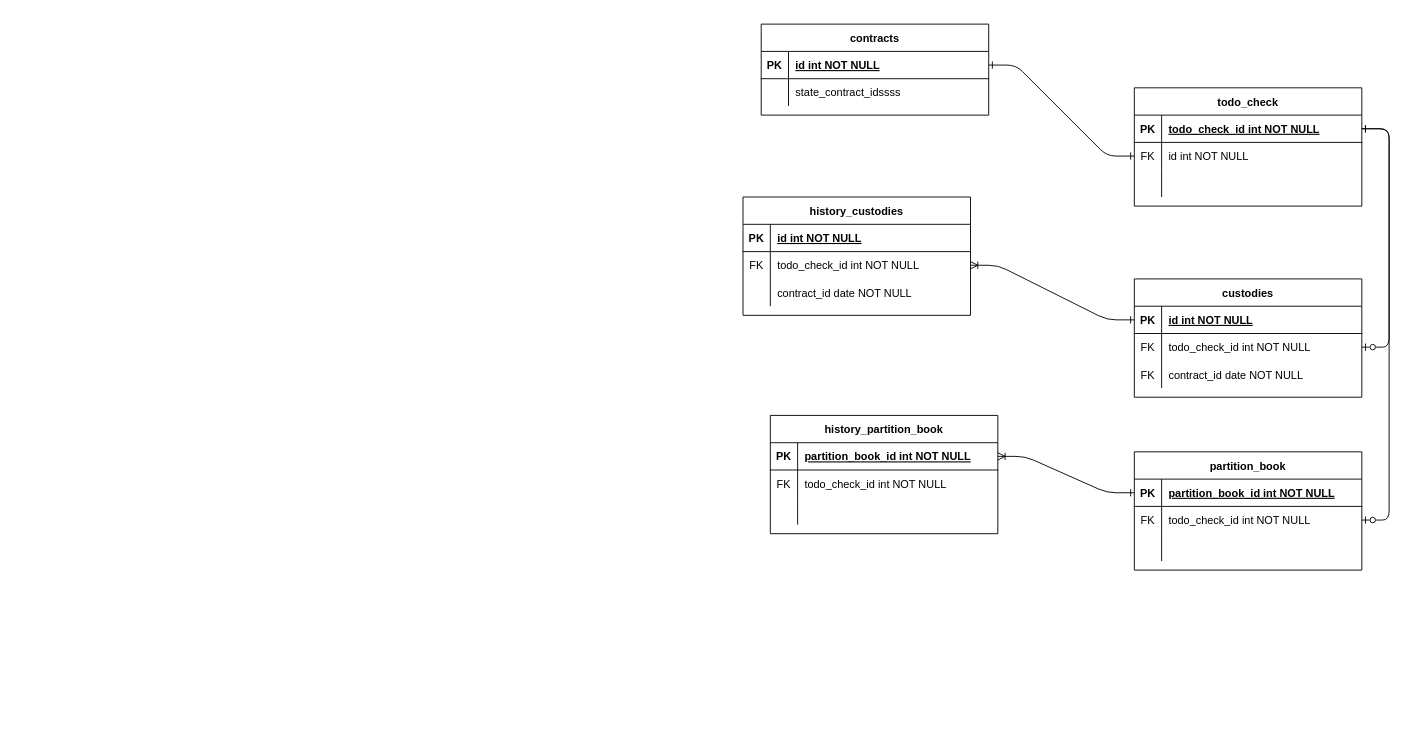
Before: 名称未設定ファイル.drawio in MASAKi-cell/next-python-web-platfor, a draw.io diagram. Source tidied: cells renumbered, new cells numbered last; positions are measured from the earlier drawing's top-left corner, leaving out a move shared by most shapes. Both pictures are drawn from the tidied source at 91%, with x=0, y=0 at pixel (743, 24).
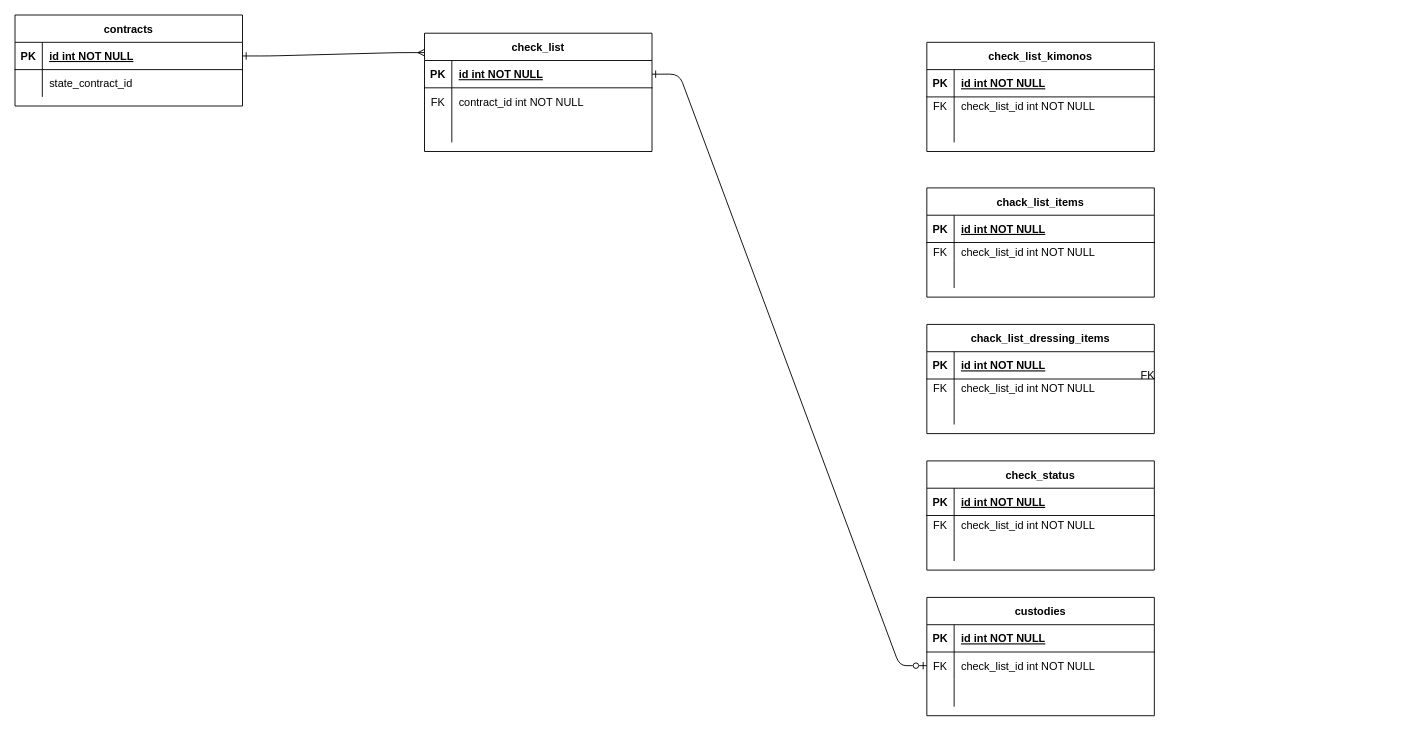
The same page after the edit.

Commit message (it also covers changes not shown here):
名称未設定ファイル.drawio を更新します

The change refers to these unchanged cells:
```xml
<mxCell id="5" style="shape=partialRectangle;fillColor=none;points=[[0,0.5],[1,0.5]];portConstraint=eastwest;top=0;left=0;right=0;bottom=1;" parent="4" vertex="1">
  <mxGeometry y="30" width="250" height="30" as="geometry" />
</mxCell>
<mxCell id="8" style="shape=partialRectangle;fillColor=none;points=[[0,0.5],[1,0.5]];portConstraint=eastwest;top=0;left=0;right=0;bottom=0;" parent="4" vertex="1">
  <mxGeometry y="60" width="250" height="30" as="geometry" />
</mxCell>
<mxCell id="15" style="shape=partialRectangle;fillColor=none;points=[[0,0.5],[1,0.5]];portConstraint=eastwest;top=0;left=0;right=0;bottom=1;" parent="14" vertex="1">
  <mxGeometry y="30" width="250" height="30" as="geometry" />
</mxCell>
<mxCell id="18" style="shape=partialRectangle;fillColor=none;points=[[0,0.5],[1,0.5]];portConstraint=eastwest;top=0;left=0;right=0;bottom=0;" parent="14" vertex="1">
  <mxGeometry y="60" width="250" height="30" as="geometry" />
</mxCell>
<mxCell id="21" style="shape=partialRectangle;fillColor=none;top=0;left=0;right=0;bottom=0;" parent="14" vertex="1">
  <mxGeometry y="90" width="250" height="30" as="geometry" />
</mxCell>
<mxCell id="25" style="shape=partialRectangle;fillColor=none;points=[[0,0.5],[1,0.5]];portConstraint=eastwest;top=0;left=0;right=0;bottom=1;" parent="24" vertex="1">
  <mxGeometry y="30" width="250" height="30" as="geometry" />
</mxCell>
<mxCell id="28" style="shape=partialRectangle;fillColor=none;top=0;left=0;right=0;bottom=0;" parent="24" vertex="1">
  <mxGeometry y="60" width="250" height="30" as="geometry" />
</mxCell>
```

The edit, as a diff of the source:
```diff
@@
-    <mxCell id="2" style="edgeStyle=entityRelationEdgeStyle;endArrow=ERone;startArrow=ERone;endFill=0;startFill=0;" parent="1" edge="1" source="25" target="8">
+    <mxCell id="2" style="edgeStyle=entityRelationEdgeStyle;endArrow=ERmany;startArrow=ERone;endFill=0;startFill=0;entryX=0.003;entryY=0.164;entryDx=0;entryDy=0;entryPerimeter=0;" parent="1" edge="1" source="25" target="4">
       <mxGeometry relative="1" as="geometry" />
     </mxCell>
@@
-    <mxCell id="4" value="todo_check" style="shape=table;startSize=30;childLayout=tableLayout;rowLines=0;fontStyle=1;align=center;" parent="1" vertex="1">
-      <mxGeometry x="430" y="70" width="250" height="130" as="geometry" />
+    <mxCell id="4" value="check_list" style="shape=table;startSize=30;childLayout=tableLayout;rowLines=0;fontStyle=1;align=center;" parent="1" vertex="1">
+      <mxGeometry x="-350" y="10" width="250" height="130" as="geometry" />
     </mxCell>
@@
-    <mxCell id="7" value="todo_check_id int NOT NULL " style="shape=partialRectangle;overflow=hidden;fillColor=none;top=0;left=0;bottom=0;right=0;align=left;spacingLeft=6;fontStyle=5;" parent="5" vertex="1">
+    <mxCell id="7" value="id int NOT NULL " style="shape=partialRectangle;overflow=hidden;fillColor=none;top=0;left=0;bottom=0;right=0;align=left;spacingLeft=6;fontStyle=5;" parent="5" vertex="1">
       <mxGeometry x="30" width="220" height="30" as="geometry" />
     </mxCell>
@@
-    <mxCell id="10" value="id int NOT NULL" style="shape=partialRectangle;overflow=hidden;fillColor=none;top=0;left=0;bottom=0;right=0;align=left;spacingLeft=6;" parent="8" vertex="1">
+    <mxCell id="10" value="contract_id int NOT NULL" style="shape=partialRectangle;overflow=hidden;fillColor=none;top=0;left=0;bottom=0;right=0;align=left;spacingLeft=6;" parent="8" vertex="1">
       <mxGeometry x="30" width="220" height="30" as="geometry" />
     </mxCell>
@@
     <mxCell id="14" value="custodies" style="shape=table;startSize=30;childLayout=tableLayout;rowLines=0;fontStyle=1;align=center;" parent="1" vertex="1">
-      <mxGeometry x="430" y="280" width="250" height="130" as="geometry" />
+      <mxGeometry x="202" y="630" width="250" height="130" as="geometry" />
     </mxCell>
@@
-    <mxCell id="20" value="todo_check_id int NOT NULL" style="shape=partialRectangle;overflow=hidden;fillColor=none;top=0;left=0;bottom=0;right=0;align=left;spacingLeft=6;" parent="18" vertex="1">
+    <mxCell id="20" value="check_list_id int NOT NULL" style="shape=partialRectangle;overflow=hidden;fillColor=none;top=0;left=0;bottom=0;right=0;align=left;spacingLeft=6;" parent="18" vertex="1">
       <mxGeometry x="30" width="220" height="30" as="geometry" />
     </mxCell>
@@
-    <mxCell id="23" value="contract_id date NOT NULL" style="shape=partialRectangle;overflow=hidden;fillColor=none;top=0;left=0;bottom=0;right=0;align=left;spacingLeft=6;" parent="21" vertex="1">
+    <mxCell id="23" style="shape=partialRectangle;overflow=hidden;fillColor=none;top=0;left=0;bottom=0;right=0;align=left;spacingLeft=6;" parent="21" vertex="1">
       <mxGeometry x="30" width="220" height="30" as="geometry" />
     </mxCell>
     <mxCell id="24" value="contracts" style="shape=table;startSize=30;childLayout=tableLayout;rowLines=0;fontStyle=1;align=center;" parent="1" vertex="1">
-      <mxGeometry x="20" width="250" height="100" as="geometry" />
+      <mxGeometry x="-800" y="-10" width="250" height="100" as="geometry" />
     </mxCell>
@@
-    <mxCell id="30" value="state_contract_idssss" style="shape=partialRectangle;overflow=hidden;fillColor=none;top=0;left=0;bottom=0;right=0;align=left;spacingLeft=6;" parent="28" vertex="1">
+    <mxCell id="30" value="state_contract_id" style="shape=partialRectangle;overflow=hidden;fillColor=none;top=0;left=0;bottom=0;right=0;align=left;spacingLeft=6;" parent="28" vertex="1">
       <mxGeometry x="30" width="220" height="30" as="geometry" />
     </mxCell>
-    <mxCell id="31" value="partition_book" style="shape=table;startSize=30;childLayout=tableLayout;rowLines=0;fontStyle=1;align=center;" parent="1" vertex="1">
-      <mxGeometry x="430" y="470" width="250" height="130" as="geometry" />
-    </mxCell>
-    <mxCell id="32" style="shape=partialRectangle;fillColor=none;points=[[0,0.5],[1,0.5]];portConstraint=eastwest;top=0;left=0;right=0;bottom=1;" parent="31" vertex="1">
-      <mxGeometry y="30" width="250" height="30" as="geometry" />
-    </mxCell>
-    <mxCell id="33" value="PK" style="shape=partialRectangle;overflow=hidden;fillColor=none;top=0;left=0;bottom=0;right=0;fontStyle=1;" parent="32" vertex="1">
-      <mxGeometry width="30" height="30" as="geometry" />
-    </mxCell>
-    <mxCell id="34" value="partition_book_id int NOT NULL " style="shape=partialRectangle;overflow=hidden;fillColor=none;top=0;left=0;bottom=0;right=0;align=left;spacingLeft=6;fontStyle=5;" parent="32" vertex="1">
-      <mxGeometry x="30" width="220" height="30" as="geometry" />
-    </mxCell>
-    <mxCell id="35" style="shape=partialRectangle;fillColor=none;points=[[0,0.5],[1,0.5]];portConstraint=eastwest;top=0;left=0;right=0;bottom=0;" parent="31" vertex="1">
-      <mxGeometry y="60" width="250" height="30" as="geometry" />
-    </mxCell>
-    <mxCell id="36" value="FK" style="shape=partialRectangle;overflow=hidden;fillColor=none;top=0;left=0;bottom=0;right=0;" parent="35" vertex="1">
-      <mxGeometry width="30" height="30" as="geometry" />
-    </mxCell>
-    <mxCell id="37" value="todo_check_id int NOT NULL" style="shape=partialRectangle;overflow=hidden;fillColor=none;top=0;left=0;bottom=0;right=0;align=left;spacingLeft=6;" parent="35" vertex="1">
-      <mxGeometry x="30" width="220" height="30" as="geometry" />
-    </mxCell>
-    <mxCell id="38" style="shape=partialRectangle;fillColor=none;top=0;left=0;right=0;bottom=0;" parent="31" vertex="1">
-      <mxGeometry y="90" width="250" height="30" as="geometry" />
-    </mxCell>
-    <mxCell id="39" style="shape=partialRectangle;overflow=hidden;fillColor=none;top=0;left=0;bottom=0;right=0;" parent="38" vertex="1">
-      <mxGeometry width="30" height="30" as="geometry" />
-    </mxCell>
-    <mxCell id="40" style="shape=partialRectangle;overflow=hidden;fillColor=none;top=0;left=0;bottom=0;right=0;align=left;spacingLeft=6;" parent="38" vertex="1">
-      <mxGeometry x="30" width="220" height="30" as="geometry" />
-    </mxCell>
-    <mxCell id="41" style="edgeStyle=entityRelationEdgeStyle;endArrow=ERzeroToOne;startArrow=ERone;endFill=0;startFill=0;entryX=1;entryY=0.5;entryDx=0;entryDy=0;exitX=1;exitY=0.5;exitDx=0;exitDy=0;" parent="1" edge="1" source="5" target="35">
-      <mxGeometry relative="1" as="geometry" />
-    </mxCell>
@@
-    <mxCell id="43" value="history_custodies" style="shape=table;startSize=30;childLayout=tableLayout;rowLines=0;fontStyle=1;align=center;" parent="1" vertex="1">
-      <mxGeometry y="190" width="250" height="130" as="geometry" />
-    </mxCell>
-    <mxCell id="44" style="shape=partialRectangle;fillColor=none;top=0;left=0;right=0;bottom=1;" parent="43" vertex="1">
-      <mxGeometry y="30" width="250" height="30" as="geometry" />
-    </mxCell>
-    <mxCell id="45" value="PK" style="shape=partialRectangle;overflow=hidden;fillColor=none;top=0;left=0;bottom=0;right=0;fontStyle=1;" parent="44" vertex="1">
-      <mxGeometry width="30" height="30" as="geometry" />
-    </mxCell>
-    <mxCell id="46" value="id int NOT NULL " style="shape=partialRectangle;overflow=hidden;fillColor=none;top=0;left=0;bottom=0;right=0;align=left;spacingLeft=6;fontStyle=5;" parent="44" vertex="1">
-      <mxGeometry x="30" width="220" height="30" as="geometry" />
-    </mxCell>
-    <mxCell id="47" style="shape=partialRectangle;fillColor=none;points=[[0,0.5],[1,0.5]];portConstraint=eastwest;top=0;left=0;right=0;bottom=0;" parent="43" vertex="1">
-      <mxGeometry y="60" width="250" height="30" as="geometry" />
-    </mxCell>
-    <mxCell id="48" value="FK" style="shape=partialRectangle;overflow=hidden;fillColor=none;top=0;left=0;bottom=0;right=0;" parent="47" vertex="1">
-      <mxGeometry width="30" height="30" as="geometry" />
-    </mxCell>
-    <mxCell id="49" value="todo_check_id int NOT NULL" style="shape=partialRectangle;overflow=hidden;fillColor=none;top=0;left=0;bottom=0;right=0;align=left;spacingLeft=6;" parent="47" vertex="1">
-      <mxGeometry x="30" width="220" height="30" as="geometry" />
-    </mxCell>
-    <mxCell id="50" style="shape=partialRectangle;fillColor=none;top=0;left=0;right=0;bottom=0;" parent="43" vertex="1">
-      <mxGeometry y="90" width="250" height="30" as="geometry" />
-    </mxCell>
-    <mxCell id="51" style="shape=partialRectangle;overflow=hidden;fillColor=none;top=0;left=0;bottom=0;right=0;" parent="50" vertex="1">
-      <mxGeometry width="30" height="30" as="geometry" />
-    </mxCell>
-    <mxCell id="52" value="contract_id date NOT NULL" style="shape=partialRectangle;overflow=hidden;fillColor=none;top=0;left=0;bottom=0;right=0;align=left;spacingLeft=6;" parent="50" vertex="1">
-      <mxGeometry x="30" width="220" height="30" as="geometry" />
-    </mxCell>
-    <mxCell id="53" value="history_partition_book" style="shape=table;startSize=30;childLayout=tableLayout;rowLines=0;fontStyle=1;align=center;" parent="1" vertex="1">
-      <mxGeometry x="30" y="430" width="250" height="130" as="geometry" />
-    </mxCell>
-    <mxCell id="54" style="shape=partialRectangle;fillColor=none;points=[[0,0.5],[1,0.5]];portConstraint=eastwest;top=0;left=0;right=0;bottom=1;" parent="53" vertex="1">
-      <mxGeometry y="30" width="250" height="30" as="geometry" />
-    </mxCell>
-    <mxCell id="55" value="PK" style="shape=partialRectangle;overflow=hidden;fillColor=none;top=0;left=0;bottom=0;right=0;fontStyle=1;" parent="54" vertex="1">
-      <mxGeometry width="30" height="30" as="geometry" />
-    </mxCell>
-    <mxCell id="56" value="partition_book_id int NOT NULL " style="shape=partialRectangle;overflow=hidden;fillColor=none;top=0;left=0;bottom=0;right=0;align=left;spacingLeft=6;fontStyle=5;" parent="54" vertex="1">
-      <mxGeometry x="30" width="220" height="30" as="geometry" />
-    </mxCell>
-    <mxCell id="57" style="shape=partialRectangle;fillColor=none;top=0;left=0;right=0;bottom=0;" parent="53" vertex="1">
-      <mxGeometry y="60" width="250" height="30" as="geometry" />
-    </mxCell>
-    <mxCell id="58" value="FK" style="shape=partialRectangle;overflow=hidden;fillColor=none;top=0;left=0;bottom=0;right=0;" parent="57" vertex="1">
-      <mxGeometry width="30" height="30" as="geometry" />
-    </mxCell>
-    <mxCell id="59" value="todo_check_id int NOT NULL" style="shape=partialRectangle;overflow=hidden;fillColor=none;top=0;left=0;bottom=0;right=0;align=left;spacingLeft=6;" parent="57" vertex="1">
-      <mxGeometry x="30" width="220" height="30" as="geometry" />
-    </mxCell>
-    <mxCell id="60" style="shape=partialRectangle;fillColor=none;top=0;left=0;right=0;bottom=0;" parent="53" vertex="1">
-      <mxGeometry y="90" width="250" height="30" as="geometry" />
-    </mxCell>
-    <mxCell id="61" style="shape=partialRectangle;overflow=hidden;fillColor=none;top=0;left=0;bottom=0;right=0;" parent="60" vertex="1">
-      <mxGeometry width="30" height="30" as="geometry" />
-    </mxCell>
-    <mxCell id="62" style="shape=partialRectangle;overflow=hidden;fillColor=none;top=0;left=0;bottom=0;right=0;align=left;spacingLeft=6;" parent="60" vertex="1">
-      <mxGeometry x="30" width="220" height="30" as="geometry" />
-    </mxCell>
-    <mxCell id="63" style="edgeStyle=entityRelationEdgeStyle;endArrow=ERoneToMany;startArrow=ERone;endFill=0;startFill=0;exitX=0;exitY=0.5;exitDx=0;exitDy=0;" parent="1" edge="1" source="15" target="47">
-      <mxGeometry relative="1" as="geometry">
-        <Array as="points">
-          <mxPoint x="420" y="330" />
-        </Array>
-      </mxGeometry>
-    </mxCell>
-    <mxCell id="64" style="edgeStyle=entityRelationEdgeStyle;endArrow=ERoneToMany;startArrow=ERone;endFill=0;startFill=0;exitX=0;exitY=0.5;exitDx=0;exitDy=0;entryX=1;entryY=0.5;entryDx=0;entryDy=0;" parent="1" edge="1" source="32" target="54">
-      <mxGeometry relative="1" as="geometry">
-        <Array as="points">
-          <mxPoint x="430" y="340" />
-        </Array>
-      </mxGeometry>
-    </mxCell>
+    <mxCell id="65" value="check_list_kimonos" style="shape=table;startSize=30;childLayout=tableLayout;rowLines=0;fontStyle=1;align=center;" parent="1" vertex="1">
+      <mxGeometry x="202" y="20" width="250" height="120" as="geometry" />
+    </mxCell>
+    <mxCell id="66" style="shape=partialRectangle;fillColor=none;top=0;left=0;right=0;bottom=1;" parent="65" vertex="1">
+      <mxGeometry y="30" width="250" height="30" as="geometry" />
+    </mxCell>
+    <mxCell id="67" value="PK" style="shape=partialRectangle;overflow=hidden;fillColor=none;top=0;left=0;bottom=0;right=0;fontStyle=1;" parent="66" vertex="1">
+      <mxGeometry width="30" height="30" as="geometry" />
+    </mxCell>
+    <mxCell id="68" value="id int NOT NULL " style="shape=partialRectangle;overflow=hidden;fillColor=none;top=0;left=0;bottom=0;right=0;align=left;spacingLeft=6;fontStyle=5;" parent="66" vertex="1">
+      <mxGeometry x="30" width="220" height="30" as="geometry" />
+    </mxCell>
+    <mxCell id="69" style="shape=partialRectangle;fillColor=none;top=0;left=0;right=0;bottom=0;" parent="65" vertex="1">
+      <mxGeometry y="60" width="250" height="20" as="geometry" />
+    </mxCell>
+    <mxCell id="70" value="FK" style="shape=partialRectangle;overflow=hidden;fillColor=none;top=0;left=0;bottom=0;right=0;" parent="69" vertex="1">
+      <mxGeometry width="30" height="20" as="geometry" />
+    </mxCell>
+    <mxCell id="71" value="check_list_id int NOT NULL" style="shape=partialRectangle;overflow=hidden;fillColor=none;top=0;left=0;bottom=0;right=0;align=left;spacingLeft=6;" parent="69" vertex="1">
+      <mxGeometry x="30" width="220" height="20" as="geometry" />
+    </mxCell>
+    <mxCell id="72" style="shape=partialRectangle;fillColor=none;top=0;left=0;right=0;bottom=0;" parent="65" vertex="1">
+      <mxGeometry y="80" width="250" height="30" as="geometry" />
+    </mxCell>
+    <mxCell id="73" style="shape=partialRectangle;overflow=hidden;fillColor=none;top=0;left=0;bottom=0;right=0;" parent="72" vertex="1">
+      <mxGeometry width="30" height="30" as="geometry" />
+    </mxCell>
+    <mxCell id="74" style="shape=partialRectangle;overflow=hidden;fillColor=none;top=0;left=0;bottom=0;right=0;align=left;spacingLeft=6;" parent="72" vertex="1">
+      <mxGeometry x="30" width="220" height="30" as="geometry" />
+    </mxCell>
+    <mxCell id="75" value="chack_list_items" style="shape=table;startSize=30;childLayout=tableLayout;rowLines=0;fontStyle=1;align=center;" parent="1" vertex="1">
+      <mxGeometry x="202" y="180" width="250" height="120" as="geometry" />
+    </mxCell>
+    <mxCell id="76" style="shape=partialRectangle;fillColor=none;top=0;left=0;right=0;bottom=1;" parent="75" vertex="1">
+      <mxGeometry y="30" width="250" height="30" as="geometry" />
+    </mxCell>
+    <mxCell id="77" value="PK" style="shape=partialRectangle;overflow=hidden;fillColor=none;top=0;left=0;bottom=0;right=0;fontStyle=1;" parent="76" vertex="1">
+      <mxGeometry width="30" height="30" as="geometry" />
+    </mxCell>
+    <mxCell id="78" value="id int NOT NULL " style="shape=partialRectangle;overflow=hidden;fillColor=none;top=0;left=0;bottom=0;right=0;align=left;spacingLeft=6;fontStyle=5;" parent="76" vertex="1">
+      <mxGeometry x="30" width="220" height="30" as="geometry" />
+    </mxCell>
+    <mxCell id="79" style="shape=partialRectangle;fillColor=none;top=0;left=0;right=0;bottom=0;" parent="75" vertex="1">
+      <mxGeometry y="60" width="250" height="20" as="geometry" />
+    </mxCell>
+    <mxCell id="80" value="FK" style="shape=partialRectangle;overflow=hidden;fillColor=none;top=0;left=0;bottom=0;right=0;" parent="79" vertex="1">
+      <mxGeometry width="30" height="20" as="geometry" />
+    </mxCell>
+    <mxCell id="81" value="check_list_id int NOT NULL" style="shape=partialRectangle;overflow=hidden;fillColor=none;top=0;left=0;bottom=0;right=0;align=left;spacingLeft=6;" parent="79" vertex="1">
+      <mxGeometry x="30" width="220" height="20" as="geometry" />
+    </mxCell>
+    <mxCell id="82" style="shape=partialRectangle;fillColor=none;top=0;left=0;right=0;bottom=0;" parent="75" vertex="1">
+      <mxGeometry y="80" width="250" height="30" as="geometry" />
+    </mxCell>
+    <mxCell id="83" style="shape=partialRectangle;overflow=hidden;fillColor=none;top=0;left=0;bottom=0;right=0;" parent="82" vertex="1">
+      <mxGeometry width="30" height="30" as="geometry" />
+    </mxCell>
+    <mxCell id="84" style="shape=partialRectangle;overflow=hidden;fillColor=none;top=0;left=0;bottom=0;right=0;align=left;spacingLeft=6;" parent="82" vertex="1">
+      <mxGeometry x="30" width="220" height="30" as="geometry" />
+    </mxCell>
+    <mxCell id="85" value="chack_list_dressing_items" style="shape=table;startSize=30;childLayout=tableLayout;rowLines=0;fontStyle=1;align=center;" parent="1" vertex="1">
+      <mxGeometry x="202" y="330" width="250" height="120" as="geometry" />
+    </mxCell>
+    <mxCell id="86" style="shape=partialRectangle;fillColor=none;top=0;left=0;right=0;bottom=1;" parent="85" vertex="1">
+      <mxGeometry y="30" width="250" height="30" as="geometry" />
+    </mxCell>
+    <mxCell id="87" value="PK" style="shape=partialRectangle;overflow=hidden;fillColor=none;top=0;left=0;bottom=0;right=0;fontStyle=1;" parent="86" vertex="1">
+      <mxGeometry width="30" height="30" as="geometry" />
+    </mxCell>
+    <mxCell id="88" value="id int NOT NULL " style="shape=partialRectangle;overflow=hidden;fillColor=none;top=0;left=0;bottom=0;right=0;align=left;spacingLeft=6;fontStyle=5;" parent="86" vertex="1">
+      <mxGeometry x="30" width="220" height="30" as="geometry" />
+    </mxCell>
+    <mxCell id="89" style="shape=partialRectangle;fillColor=none;top=0;left=0;right=0;bottom=0;" parent="85" vertex="1">
+      <mxGeometry y="60" width="250" height="20" as="geometry" />
+    </mxCell>
+    <mxCell id="90" value="FK" style="shape=partialRectangle;overflow=hidden;fillColor=none;top=0;left=0;bottom=0;right=0;" parent="89" vertex="1">
+      <mxGeometry width="30" height="20" as="geometry" />
+    </mxCell>
+    <mxCell id="91" value="check_list_id int NOT NULL" style="shape=partialRectangle;overflow=hidden;fillColor=none;top=0;left=0;bottom=0;right=0;align=left;spacingLeft=6;" parent="89" vertex="1">
+      <mxGeometry x="30" width="220" height="20" as="geometry" />
+    </mxCell>
+    <mxCell id="92" style="shape=partialRectangle;fillColor=none;top=0;left=0;right=0;bottom=0;" parent="85" vertex="1">
+      <mxGeometry y="80" width="250" height="30" as="geometry" />
+    </mxCell>
+    <mxCell id="93" style="shape=partialRectangle;overflow=hidden;fillColor=none;top=0;left=0;bottom=0;right=0;" parent="92" vertex="1">
+      <mxGeometry width="30" height="30" as="geometry" />
+    </mxCell>
+    <mxCell id="94" style="shape=partialRectangle;overflow=hidden;fillColor=none;top=0;left=0;bottom=0;right=0;align=left;spacingLeft=6;" parent="92" vertex="1">
+      <mxGeometry x="30" width="220" height="30" as="geometry" />
+    </mxCell>
+    <mxCell id="95" value="check_status" style="shape=table;startSize=30;childLayout=tableLayout;rowLines=0;fontStyle=1;align=center;" parent="1" vertex="1">
+      <mxGeometry x="202" y="480" width="250" height="120" as="geometry" />
+    </mxCell>
+    <mxCell id="96" style="shape=partialRectangle;fillColor=none;top=0;left=0;right=0;bottom=1;" parent="95" vertex="1">
+      <mxGeometry y="30" width="250" height="30" as="geometry" />
+    </mxCell>
+    <mxCell id="97" value="PK" style="shape=partialRectangle;overflow=hidden;fillColor=none;top=0;left=0;bottom=0;right=0;fontStyle=1;" parent="96" vertex="1">
+      <mxGeometry width="30" height="30" as="geometry" />
+    </mxCell>
+    <mxCell id="98" value="id int NOT NULL " style="shape=partialRectangle;overflow=hidden;fillColor=none;top=0;left=0;bottom=0;right=0;align=left;spacingLeft=6;fontStyle=5;" parent="96" vertex="1">
+      <mxGeometry x="30" width="220" height="30" as="geometry" />
+    </mxCell>
+    <mxCell id="99" style="shape=partialRectangle;fillColor=none;top=0;left=0;right=0;bottom=0;" parent="95" vertex="1">
+      <mxGeometry y="60" width="250" height="20" as="geometry" />
+    </mxCell>
+    <mxCell id="100" value="FK" style="shape=partialRectangle;overflow=hidden;fillColor=none;top=0;left=0;bottom=0;right=0;" parent="99" vertex="1">
+      <mxGeometry width="30" height="20" as="geometry" />
+    </mxCell>
+    <mxCell id="101" value="check_list_id int NOT NULL" style="shape=partialRectangle;overflow=hidden;fillColor=none;top=0;left=0;bottom=0;right=0;align=left;spacingLeft=6;" parent="99" vertex="1">
+      <mxGeometry x="30" width="220" height="20" as="geometry" />
+    </mxCell>
+    <mxCell id="102" style="shape=partialRectangle;fillColor=none;top=0;left=0;right=0;bottom=0;" parent="95" vertex="1">
+      <mxGeometry y="80" width="250" height="30" as="geometry" />
+    </mxCell>
+    <mxCell id="103" style="shape=partialRectangle;overflow=hidden;fillColor=none;top=0;left=0;bottom=0;right=0;" parent="102" vertex="1">
+      <mxGeometry width="30" height="30" as="geometry" />
+    </mxCell>
+    <mxCell id="104" style="shape=partialRectangle;overflow=hidden;fillColor=none;top=0;left=0;bottom=0;right=0;align=left;spacingLeft=6;" parent="102" vertex="1">
+      <mxGeometry x="30" width="220" height="30" as="geometry" />
+    </mxCell>
```
